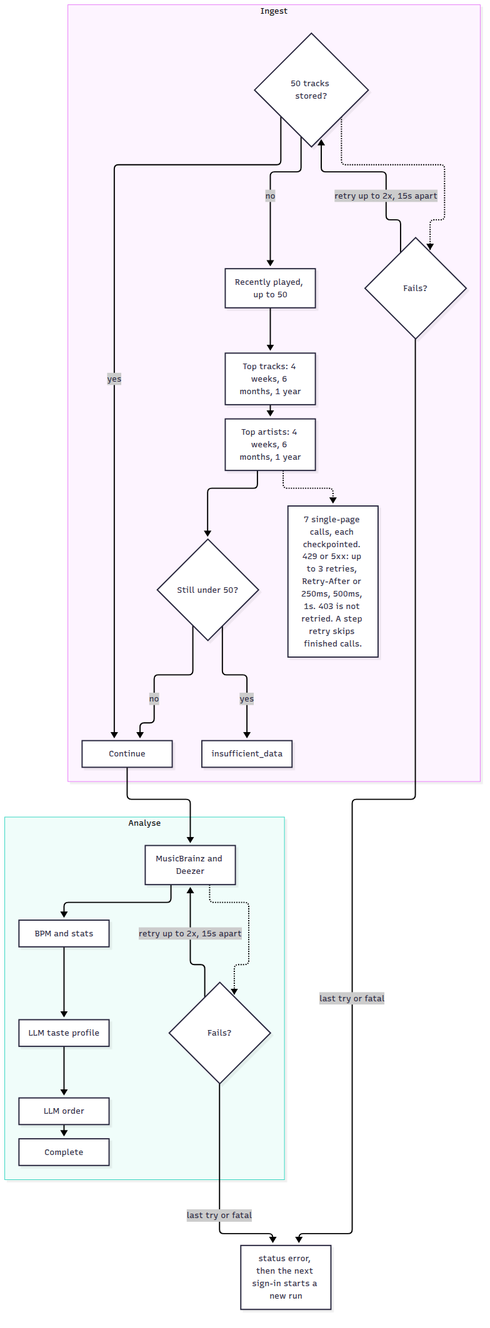
Before: docs/architecture/ingestion-workflow.png, a diagram exported from Mermaid (laurence-presland/spotdonalds). Its source is kept beside it as docs/architecture/ingestion-workflow.mmd.
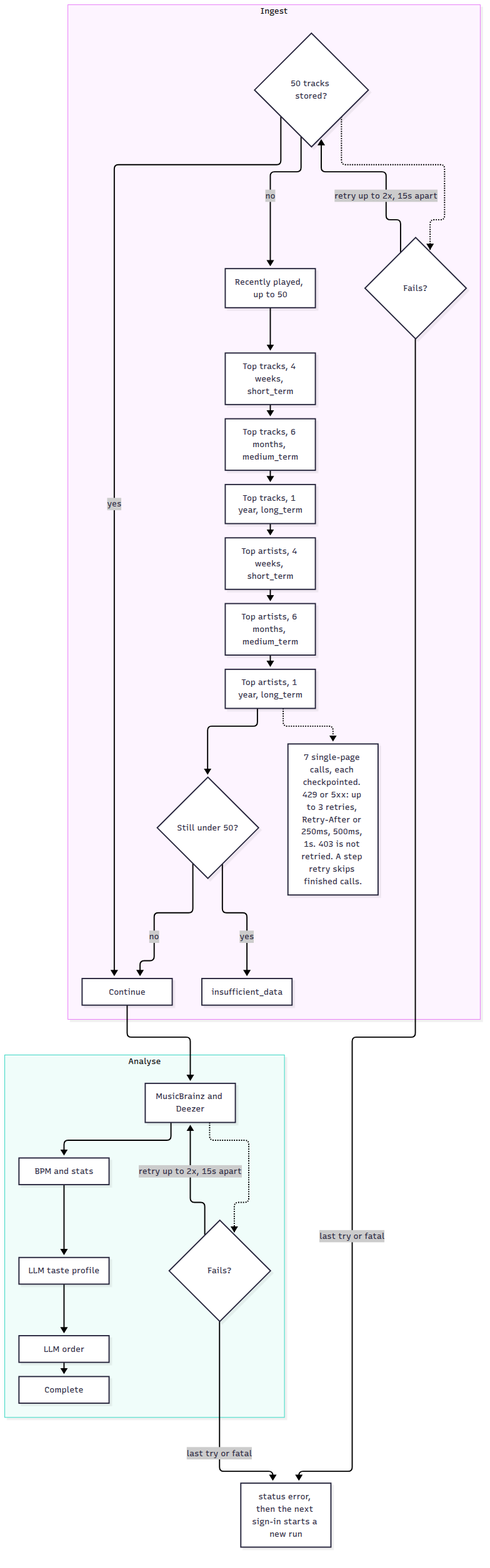
After the change.

Commit message:
Give each Spotify ingest call its own box.

Change to the diagram source:
```diff
@@ -2,14 +2,18 @@
   subgraph ingest["Ingest"]
     count{"50 tracks stored?"} -->|yes| go["Continue"]
     count -->|no| recent["Recently played, up to 50"]
-    recent --> tracks["Top tracks: 4 weeks, 6 months, 1 year"]
-    tracks --> artists["Top artists: 4 weeks, 6 months, 1 year"]
-    artists --> still{"Still under 50?"}
+    recent --> ttShort["Top tracks, 4 weeks, short_term"]
+    ttShort --> ttMed["Top tracks, 6 months, medium_term"]
+    ttMed --> ttLong["Top tracks, 1 year, long_term"]
+    ttLong --> taShort["Top artists, 4 weeks, short_term"]
+    taShort --> taMed["Top artists, 6 months, medium_term"]
+    taMed --> taLong["Top artists, 1 year, long_term"]
+    taLong --> still{"Still under 50?"}
     still -->|yes| short["insufficient_data"]
     still -->|no| go
     count -.-> iFail{"Fails?"}
     iFail -->|retry up to 2x, 15s apart| count
-    artists -.-> calls["7 single-page calls, each checkpointed. 429 or 5xx: up to 3 retries, Retry-After or 250ms, 500ms, 1s. 403 is not retried. A step retry skips finished calls."]
+    taLong -.-> calls["7 single-page calls, each checkpointed. 429 or 5xx: up to 3 retries, Retry-After or 250ms, 500ms, 1s. 403 is not retried. A step retry skips finished calls."]
   end
   go --> enrich
   subgraph analyse["Analyse"]
```
